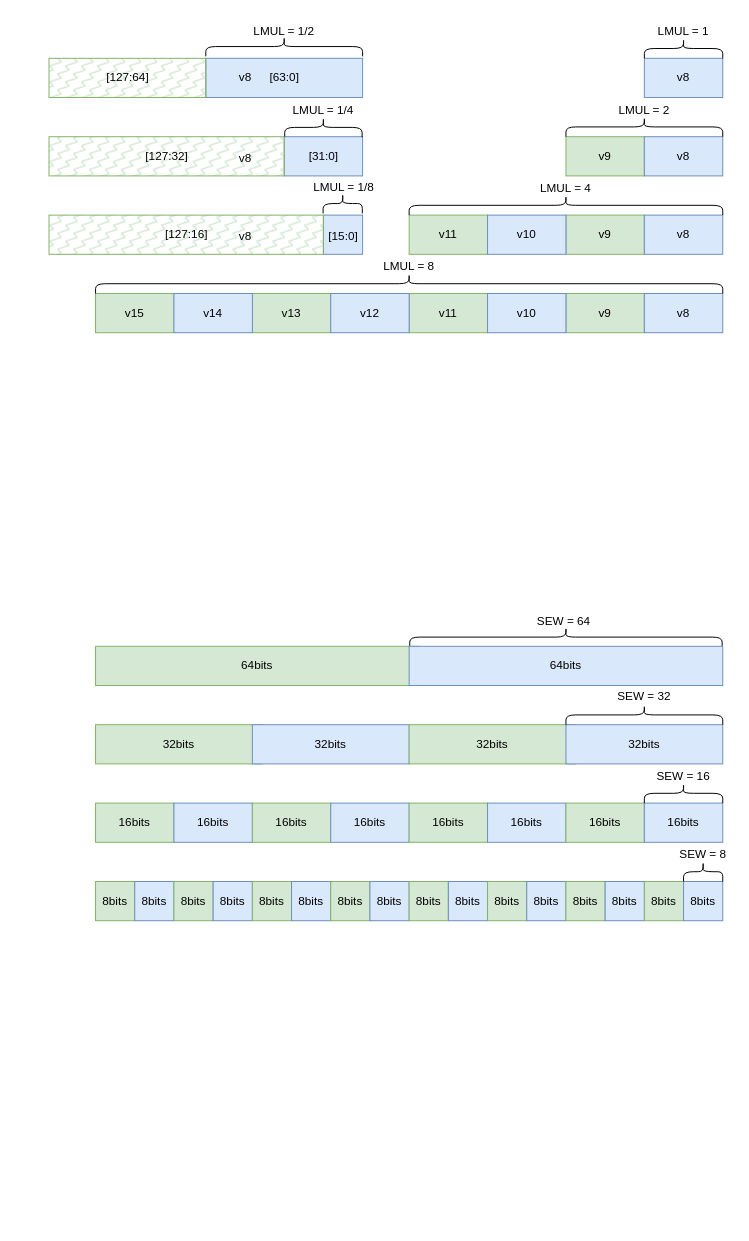
The draw.io diagram vector2.drawio in Ziyue-Zhang/draw_picture, before the edit. Source tidied: cells renumbered, new cells numbered last; positions are measured from the earlier drawing's top-left corner, leaving out a move shared by most shapes. Both pictures are drawn from the tidied source at 98%, with x=0, y=0 at pixel (48, -32).
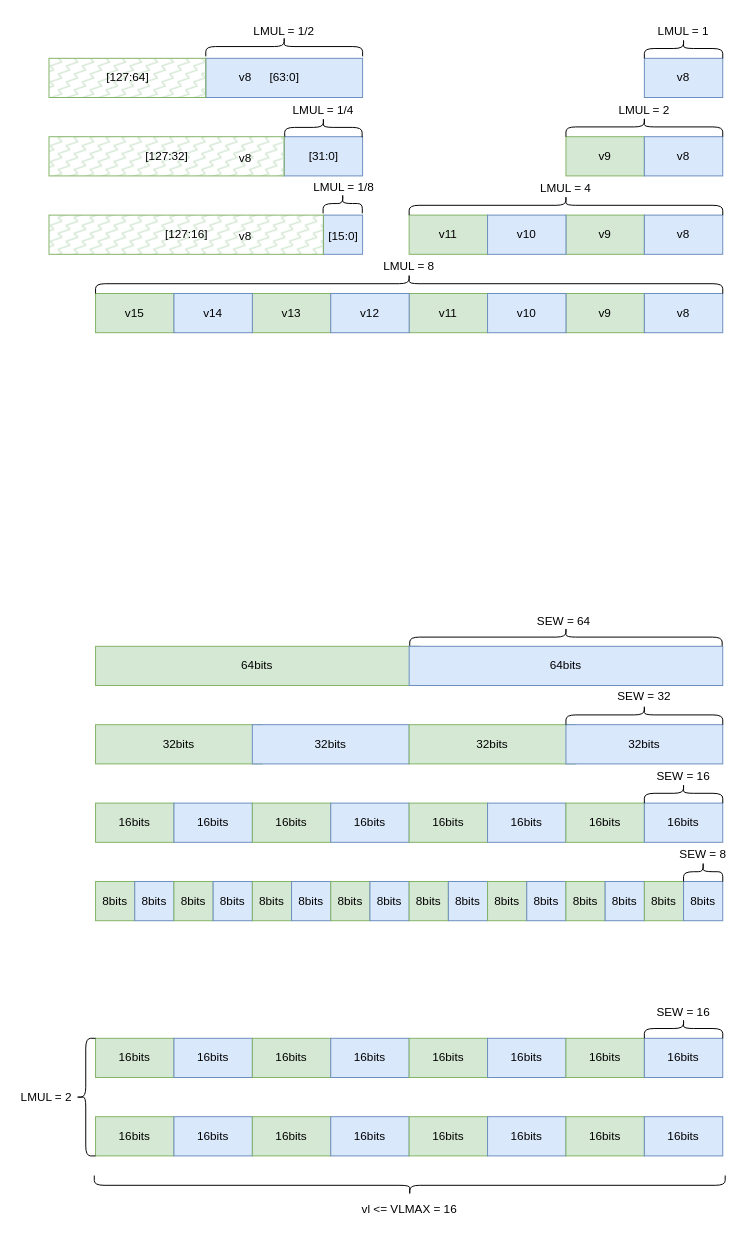
Above is the later version.

Diff of the diagram source:
```diff
@@
+    <mxCell id="96" value="16bits" style="rounded=0;whiteSpace=wrap;html=1;fillColor=#d5e8d4;strokeColor=#82b366;" parent="1" vertex="1">
+      <mxGeometry x="48" y="1092" width="80" height="40" as="geometry" />
+    </mxCell>
+    <mxCell id="97" value="16bits" style="rounded=0;whiteSpace=wrap;html=1;fillColor=#dae8fc;strokeColor=#6c8ebf;" parent="1" vertex="1">
+      <mxGeometry x="128" y="1092" width="80" height="40" as="geometry" />
+    </mxCell>
+    <mxCell id="98" value="16bits" style="rounded=0;whiteSpace=wrap;html=1;fillColor=#d5e8d4;strokeColor=#82b366;" parent="1" vertex="1">
+      <mxGeometry x="208" y="1092" width="80" height="40" as="geometry" />
+    </mxCell>
+    <mxCell id="99" value="16bits" style="rounded=0;whiteSpace=wrap;html=1;fillColor=#dae8fc;strokeColor=#6c8ebf;" parent="1" vertex="1">
+      <mxGeometry x="288" y="1092" width="80" height="40" as="geometry" />
+    </mxCell>
+    <mxCell id="100" value="16bits" style="rounded=0;whiteSpace=wrap;html=1;fillColor=#d5e8d4;strokeColor=#82b366;" parent="1" vertex="1">
+      <mxGeometry x="368" y="1092" width="80" height="40" as="geometry" />
+    </mxCell>
+    <mxCell id="101" value="16bits" style="rounded=0;whiteSpace=wrap;html=1;fillColor=#dae8fc;strokeColor=#6c8ebf;" parent="1" vertex="1">
+      <mxGeometry x="448" y="1092" width="80" height="40" as="geometry" />
+    </mxCell>
+    <mxCell id="102" value="16bits" style="rounded=0;whiteSpace=wrap;html=1;fillColor=#d5e8d4;strokeColor=#82b366;" parent="1" vertex="1">
+      <mxGeometry x="528" y="1092" width="80" height="40" as="geometry" />
+    </mxCell>
+    <mxCell id="103" value="16bits" style="rounded=0;whiteSpace=wrap;html=1;fillColor=#dae8fc;strokeColor=#6c8ebf;" parent="1" vertex="1">
+      <mxGeometry x="608" y="1092" width="80" height="40" as="geometry" />
+    </mxCell>
+    <mxCell id="104" style="shape=curlyBracket;whiteSpace=wrap;html=1;rounded=1;flipH=1;labelPosition=right;verticalLabelPosition=middle;align=left;verticalAlign=middle;rotation=-90;" parent="1" vertex="1">
+      <mxGeometry x="638" y="1042" width="20" height="80" as="geometry" />
+    </mxCell>
+    <mxCell id="105" value="SEW = 16" style="text;html=1;strokeColor=none;fillColor=none;align=center;verticalAlign=middle;whiteSpace=wrap;rounded=0;" parent="1" vertex="1">
+      <mxGeometry x="618" y="1051" width="60" height="30" as="geometry" />
+    </mxCell>
+    <mxCell id="106" value="16bits" style="rounded=0;whiteSpace=wrap;html=1;fillColor=#d5e8d4;strokeColor=#82b366;" parent="1" vertex="1">
+      <mxGeometry x="48" y="1172" width="80" height="40" as="geometry" />
+    </mxCell>
+    <mxCell id="107" value="16bits" style="rounded=0;whiteSpace=wrap;html=1;fillColor=#dae8fc;strokeColor=#6c8ebf;" parent="1" vertex="1">
+      <mxGeometry x="128" y="1172" width="80" height="40" as="geometry" />
+    </mxCell>
+    <mxCell id="108" value="16bits" style="rounded=0;whiteSpace=wrap;html=1;fillColor=#d5e8d4;strokeColor=#82b366;" parent="1" vertex="1">
+      <mxGeometry x="208" y="1172" width="80" height="40" as="geometry" />
+    </mxCell>
+    <mxCell id="109" value="16bits" style="rounded=0;whiteSpace=wrap;html=1;fillColor=#dae8fc;strokeColor=#6c8ebf;" parent="1" vertex="1">
+      <mxGeometry x="288" y="1172" width="80" height="40" as="geometry" />
+    </mxCell>
+    <mxCell id="110" value="16bits" style="rounded=0;whiteSpace=wrap;html=1;fillColor=#d5e8d4;strokeColor=#82b366;" parent="1" vertex="1">
+      <mxGeometry x="368" y="1172" width="80" height="40" as="geometry" />
+    </mxCell>
+    <mxCell id="111" value="16bits" style="rounded=0;whiteSpace=wrap;html=1;fillColor=#dae8fc;strokeColor=#6c8ebf;" parent="1" vertex="1">
+      <mxGeometry x="448" y="1172" width="80" height="40" as="geometry" />
+    </mxCell>
+    <mxCell id="112" value="16bits" style="rounded=0;whiteSpace=wrap;html=1;fillColor=#d5e8d4;strokeColor=#82b366;" parent="1" vertex="1">
+      <mxGeometry x="528" y="1172" width="80" height="40" as="geometry" />
+    </mxCell>
+    <mxCell id="113" value="16bits" style="rounded=0;whiteSpace=wrap;html=1;fillColor=#dae8fc;strokeColor=#6c8ebf;" parent="1" vertex="1">
+      <mxGeometry x="608" y="1172" width="80" height="40" as="geometry" />
+    </mxCell>
+    <mxCell id="114" style="shape=curlyBracket;whiteSpace=wrap;html=1;rounded=1;labelPosition=left;verticalLabelPosition=middle;align=right;verticalAlign=middle;" parent="1" vertex="1">
+      <mxGeometry x="28" y="1092" width="20" height="120" as="geometry" />
+    </mxCell>
+    <mxCell id="115" value="LMUL = 2" style="text;html=1;strokeColor=none;fillColor=none;align=center;verticalAlign=middle;whiteSpace=wrap;rounded=0;" parent="1" vertex="1">
+      <mxGeometry x="-32" y="1137" width="60" height="30" as="geometry" />
+    </mxCell>
+    <mxCell id="116" style="shape=curlyBracket;whiteSpace=wrap;html=1;rounded=1;flipH=1;labelPosition=right;verticalLabelPosition=middle;align=left;verticalAlign=middle;rotation=90;" parent="1" vertex="1">
+      <mxGeometry x="358.6" y="920.1" width="20" height="643.8" as="geometry" />
+    </mxCell>
+    <mxCell id="117" value="vl &amp;lt;= VLMAX = 16" style="text;html=1;strokeColor=none;fillColor=none;align=center;verticalAlign=middle;whiteSpace=wrap;rounded=0;" parent="1" vertex="1">
+      <mxGeometry x="313.9" y="1252" width="109.4" height="30" as="geometry" />
+    </mxCell>
```
